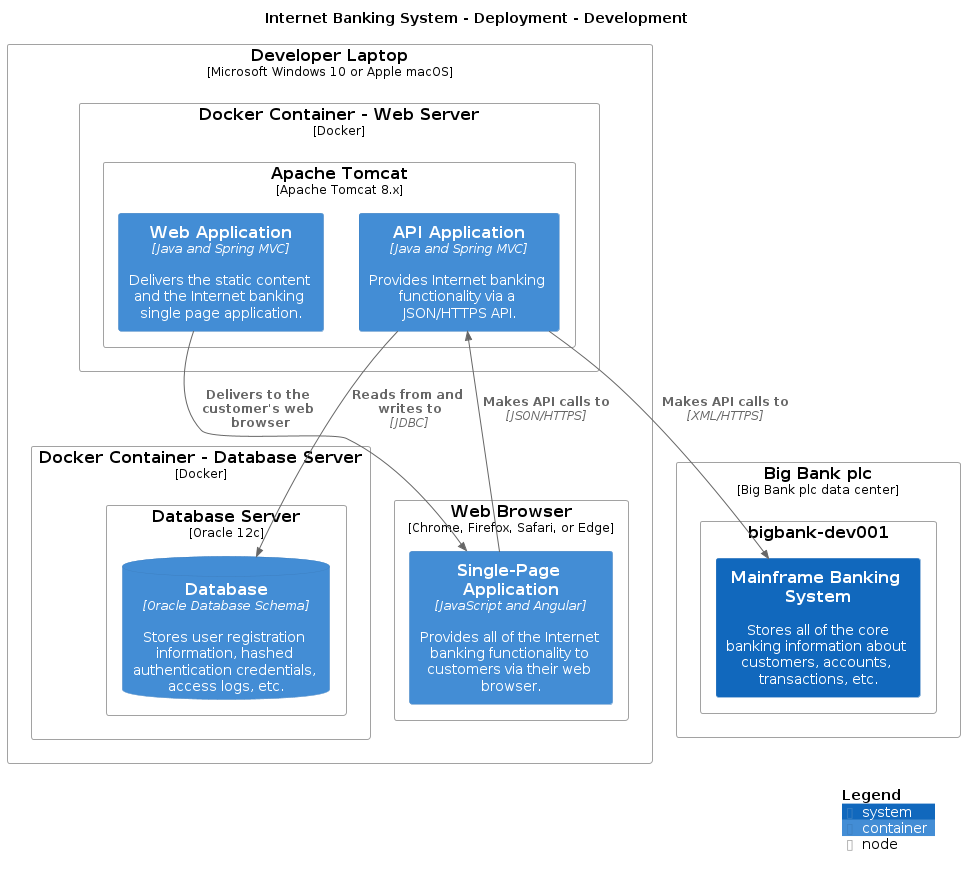
Above: main/png/DevelopmentDeployment.png in avisi-cloud/structurizr-site-generatr (PlantUML), before the change.
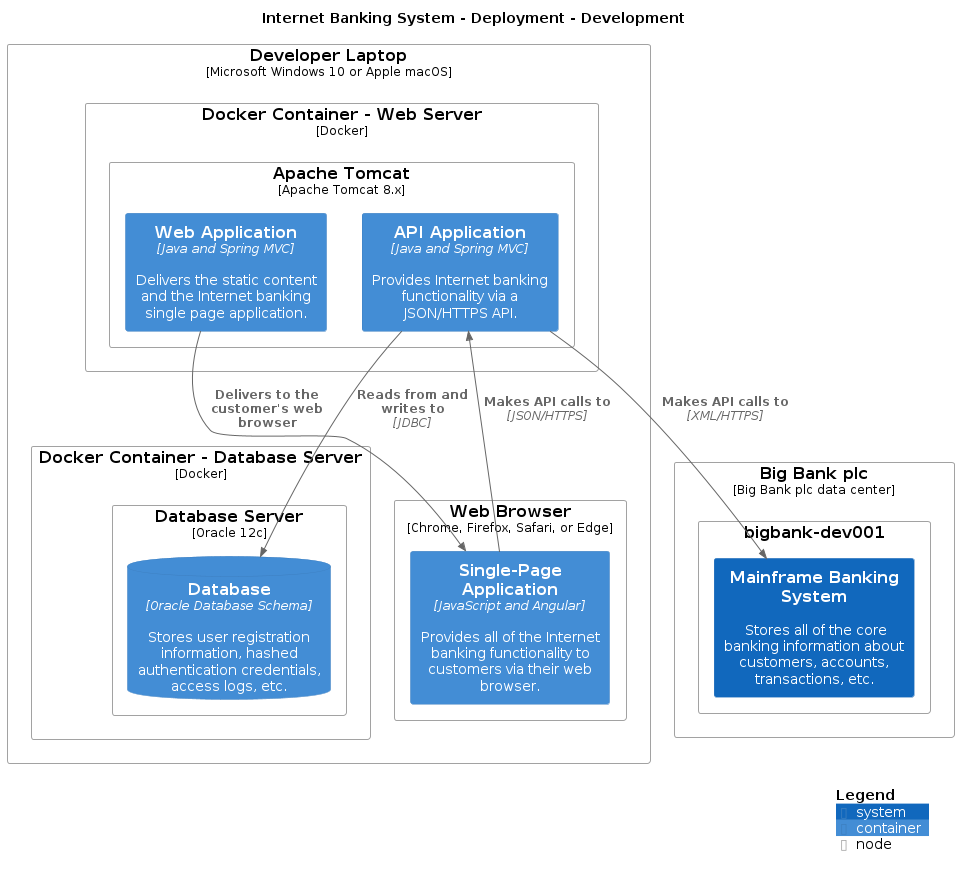
Later version of the same file.

Diff of the diagram source:
```diff
@@ -42,5 +42,5 @@
 Rel_D(Development.DeveloperLaptop.DockerContainerWebServer.ApacheTomcat.APIApplication_1, Development.DeveloperLaptop.DockerContainerDatabaseServer.DatabaseServer.Database_1, "Reads from and writes to", "JDBC", $tags="")
 Rel_D(Development.DeveloperLaptop.DockerContainerWebServer.ApacheTomcat.APIApplication_1, Development.BigBankplc.bigbankdev001.MainframeBankingSystem_1, "Makes API calls to", "XML/HTTPS", $tags="")
 
-SHOW_LEGEND()
+SHOW_LEGEND(true)
 @enduml
```
